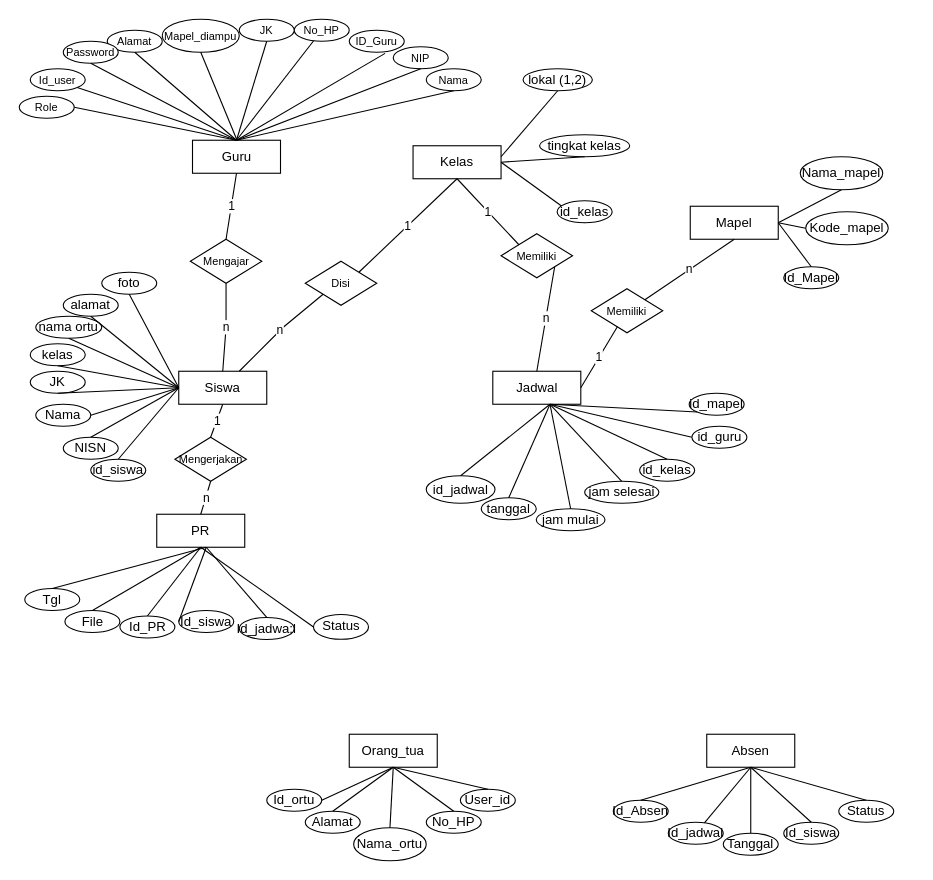
Earlier version of the draw.io diagram page "erd" (1 of 2) of Diagram Tanpa Judul.drawio (bayudani/diagram). Source tidied: cells renumbered, new cells numbered last; positions are measured from the earlier drawing's top-left corner, leaving out a move shared by most shapes. Both pictures are drawn from the tidied source at 110%, with x=0, y=0 at pixel (19, 19).
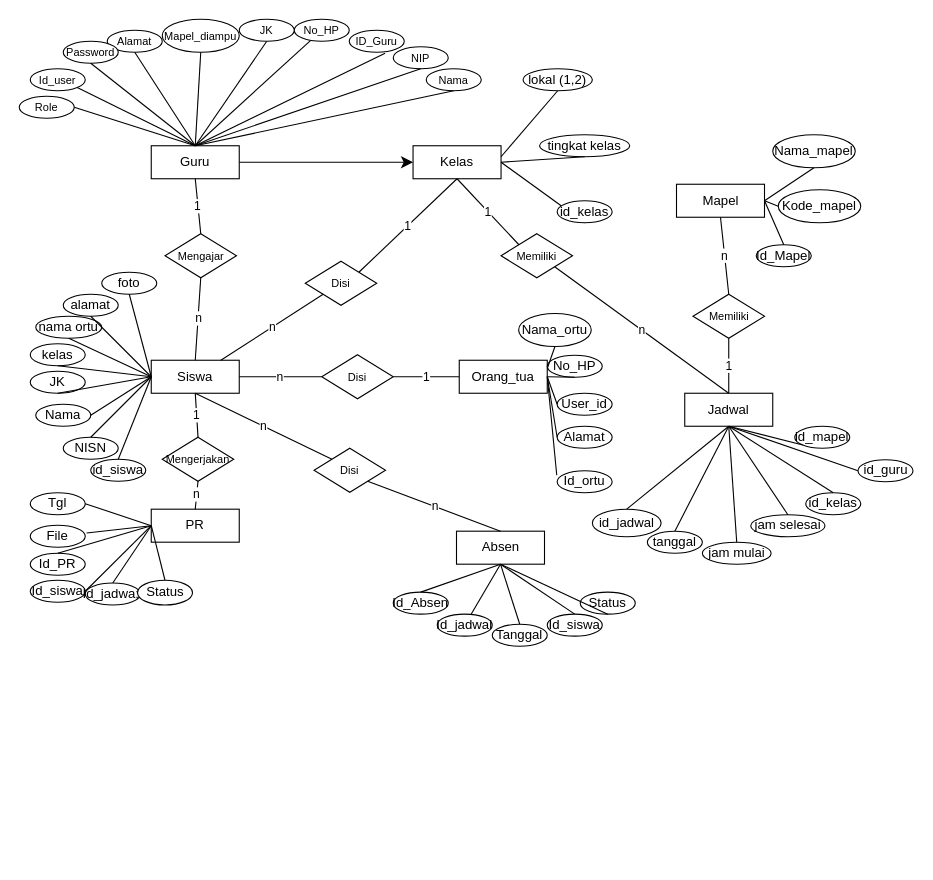
The same diagram, later.

The change refers to these unchanged cells:
```xml
<mxCell id="6" value="Kelas" style="rounded=0;whiteSpace=wrap;html=1;" parent="1" vertex="1">
  <mxGeometry x="358" y="115" width="80" height="30" as="geometry" />
</mxCell>
<mxCell id="19" value="Mapel_diampu" style="ellipse;whiteSpace=wrap;html=1;fontSize=10;" parent="1" vertex="1">
  <mxGeometry x="130" width="70" height="30" as="geometry" />
</mxCell>
<mxCell id="110" value="Disi" style="rhombus;whiteSpace=wrap;html=1;fontSize=10;" parent="1" vertex="1">
  <mxGeometry x="260" y="220" width="65" height="40" as="geometry" />
</mxCell>
```

Change to the diagram source:
```diff
@@
     <mxCell id="2" value="Siswa" style="rounded=0;whiteSpace=wrap;html=1;" parent="1" vertex="1">
-      <mxGeometry x="145" y="320" width="80" height="30" as="geometry" />
+      <mxGeometry x="120" y="310" width="80" height="30" as="geometry" />
     </mxCell>
+    <mxCell id="119" style="edgeStyle=none;curved=1;rounded=0;jettySize=auto;html=1;fontSize=12;startSize=8;endSize=8;" parent="1" edge="1" source="3" target="6">
+      <mxGeometry relative="1" as="geometry" />
+    </mxCell>
     <mxCell id="3" value="Guru" style="rounded=0;whiteSpace=wrap;html=1;" parent="1" vertex="1">
-      <mxGeometry x="157.5" y="110" width="80" height="30" as="geometry" />
+      <mxGeometry x="120" y="115" width="80" height="30" as="geometry" />
     </mxCell>
     <mxCell id="4" value="Orang_tua" style="rounded=0;whiteSpace=wrap;html=1;" parent="1" vertex="1">
-      <mxGeometry x="300" y="650" width="80" height="30" as="geometry" />
+      <mxGeometry x="400" y="310" width="80" height="30" as="geometry" />
     </mxCell>
     <mxCell id="5" value="Jadwal" style="rounded=0;whiteSpace=wrap;html=1;" parent="1" vertex="1">
-      <mxGeometry x="430.5" y="320" width="80" height="30" as="geometry" />
+      <mxGeometry x="605" y="340" width="80" height="30" as="geometry" />
     </mxCell>
@@
     <mxCell id="7" value="Mapel" style="rounded=0;whiteSpace=wrap;html=1;" parent="1" vertex="1">
-      <mxGeometry x="610" y="170" width="80" height="30" as="geometry" />
+      <mxGeometry x="597.5" y="150" width="80" height="30" as="geometry" />
     </mxCell>
     <mxCell id="8" value="PR" style="rounded=0;whiteSpace=wrap;html=1;" parent="1" vertex="1">
-      <mxGeometry x="125" y="450" width="80" height="30" as="geometry" />
+      <mxGeometry x="120" y="445.4" width="80" height="30" as="geometry" />
     </mxCell>
     <mxCell id="9" value="Absen" style="rounded=0;whiteSpace=wrap;html=1;" parent="1" vertex="1">
-      <mxGeometry x="625" y="650" width="80" height="30" as="geometry" />
+      <mxGeometry x="397.5" y="465.4" width="80" height="30" as="geometry" />
     </mxCell>
@@
-    <mxCell id="30" style="endArrow=none;html=1;rounded=0;entryX=0.5;entryY=1;entryDx=0;entryDy=0;" parent="1" edge="1" target="19">
-      <mxGeometry relative="1" as="geometry">
-        <mxPoint x="198" y="110" as="sourcePoint" />
-      </mxGeometry>
+    <mxCell id="30" style="endArrow=none;html=1;rounded=0;entryX=0.5;entryY=1;entryDx=0;entryDy=0;exitX=0.5;exitY=0;exitDx=0;exitDy=0;" parent="1" edge="1" source="3" target="19">
+      <mxGeometry relative="1" as="geometry" />
     </mxCell>
@@
     <mxCell id="47" value="Id_Mapel" style="ellipse;whiteSpace=wrap;html=1;" parent="1" vertex="1">
-      <mxGeometry x="695" y="225" width="50" height="20" as="geometry" />
+      <mxGeometry x="670" y="205" width="50" height="20" as="geometry" />
     </mxCell>
@@
     <mxCell id="49" value="Nama_mapel" style="ellipse;whiteSpace=wrap;html=1;" parent="1" vertex="1">
-      <mxGeometry x="710" y="125" width="75" height="30" as="geometry" />
+      <mxGeometry x="685" y="105" width="75" height="30" as="geometry" />
     </mxCell>
@@
     <mxCell id="51" value="Kode_mapel" style="ellipse;whiteSpace=wrap;html=1;" parent="1" vertex="1">
-      <mxGeometry x="715" y="175" width="75" height="30" as="geometry" />
+      <mxGeometry x="690" y="155" width="75" height="30" as="geometry" />
     </mxCell>
@@
     <mxCell id="58" value="Id_PR" style="ellipse;whiteSpace=wrap;html=1;" parent="1" vertex="1">
-      <mxGeometry x="91.5" y="542.5" width="50" height="20" as="geometry" />
+      <mxGeometry x="10" y="485.4" width="50" height="20" as="geometry" />
     </mxCell>
     <mxCell id="59" value="File" style="ellipse;whiteSpace=wrap;html=1;" parent="1" vertex="1">
-      <mxGeometry x="41.5" y="537.5" width="50" height="20" as="geometry" />
+      <mxGeometry x="10" y="460" width="50" height="20" as="geometry" />
     </mxCell>
-    <mxCell id="60" style="endArrow=none;html=1;rounded=0;entryX=0.5;entryY=1;entryDx=0;entryDy=0;exitX=0.5;exitY=0;exitDx=0;exitDy=0;" parent="1" edge="1" source="59" target="8">
+    <mxCell id="60" style="endArrow=none;html=1;rounded=0;entryX=0;entryY=0.5;entryDx=0;entryDy=0;exitX=1.025;exitY=0.352;exitDx=0;exitDy=0;exitPerimeter=0;" parent="1" edge="1" source="59" target="8">
       <mxGeometry relative="1" as="geometry" />
     </mxCell>
-    <mxCell id="61" style="endArrow=none;html=1;rounded=0;entryX=0.5;entryY=1;entryDx=0;entryDy=0;exitX=0.5;exitY=0;exitDx=0;exitDy=0;" parent="1" edge="1" source="58" target="8">
+    <mxCell id="61" style="endArrow=none;html=1;rounded=0;entryX=0;entryY=0.5;entryDx=0;entryDy=0;exitX=0.5;exitY=0;exitDx=0;exitDy=0;" parent="1" edge="1" source="58" target="8">
       <mxGeometry relative="1" as="geometry" />
     </mxCell>
     <mxCell id="62" value="Id_Absen" style="ellipse;whiteSpace=wrap;html=1;" parent="1" vertex="1">
-      <mxGeometry x="540" y="710" width="50" height="20" as="geometry" />
+      <mxGeometry x="340" y="520.8" width="50" height="20" as="geometry" />
     </mxCell>
     <mxCell id="63" value="Id_siswa" style="ellipse;whiteSpace=wrap;html=1;" parent="1" vertex="1">
-      <mxGeometry x="695" y="730" width="50" height="20" as="geometry" />
+      <mxGeometry x="480" y="540.8" width="50" height="20" as="geometry" />
     </mxCell>
     <mxCell id="64" value="Id_jadwal" style="ellipse;whiteSpace=wrap;html=1;" parent="1" vertex="1">
-      <mxGeometry x="590" y="730" width="50" height="20" as="geometry" />
+      <mxGeometry x="380" y="540.8" width="50" height="20" as="geometry" />
     </mxCell>
     <mxCell id="65" value="Tanggal" style="ellipse;whiteSpace=wrap;html=1;" parent="1" vertex="1">
-      <mxGeometry x="640" y="740" width="50" height="20" as="geometry" />
+      <mxGeometry x="430" y="550" width="50" height="20" as="geometry" />
     </mxCell>
     <mxCell id="66" value="Status" style="ellipse;whiteSpace=wrap;html=1;" parent="1" vertex="1">
-      <mxGeometry x="745" y="710" width="50" height="20" as="geometry" />
+      <mxGeometry x="510" y="520.8" width="50" height="20" as="geometry" />
     </mxCell>
@@
-    <mxCell id="71" style="endArrow=none;html=1;rounded=0;entryX=0.5;entryY=1;entryDx=0;entryDy=0;exitX=0.5;exitY=0;exitDx=0;exitDy=0;" parent="1" edge="1" source="66" target="9">
+    <mxCell id="71" style="endArrow=none;html=1;rounded=0;entryX=0.5;entryY=1;entryDx=0;entryDy=0;exitX=0.5;exitY=1;exitDx=0;exitDy=0;" parent="1" edge="1" source="66" target="9">
       <mxGeometry relative="1" as="geometry" />
     </mxCell>
     <mxCell id="72" value="id_jadwal" style="ellipse;whiteSpace=wrap;html=1;" parent="1" vertex="1">
-      <mxGeometry x="370" y="415" width="62.5" height="25" as="geometry" />
+      <mxGeometry x="521" y="445.4" width="62.5" height="25" as="geometry" />
     </mxCell>
     <mxCell id="73" value="Id_ortu" style="ellipse;whiteSpace=wrap;html=1;" parent="1" vertex="1">
-      <mxGeometry x="225" y="700" width="50" height="20" as="geometry" />
+      <mxGeometry x="489" y="410.4" width="50" height="20" as="geometry" />
     </mxCell>
     <mxCell id="74" value="jam selesai" style="ellipse;whiteSpace=wrap;html=1;" parent="1" vertex="1">
-      <mxGeometry x="514" y="420" width="67.5" height="20" as="geometry" />
+      <mxGeometry x="665" y="450.4" width="67.5" height="20" as="geometry" />
     </mxCell>
     <mxCell id="75" value="User_id" style="ellipse;whiteSpace=wrap;html=1;" parent="1" vertex="1">
-      <mxGeometry x="401" y="700" width="50" height="20" as="geometry" />
+      <mxGeometry x="489" y="340" width="50" height="20" as="geometry" />
     </mxCell>
     <mxCell id="76" value="tanggal" style="ellipse;whiteSpace=wrap;html=1;" parent="1" vertex="1">
-      <mxGeometry x="420" y="435" width="50" height="20" as="geometry" />
+      <mxGeometry x="571" y="465.4" width="50" height="20" as="geometry" />
     </mxCell>
     <mxCell id="77" value="Nama_ortu" style="ellipse;whiteSpace=wrap;html=1;" parent="1" vertex="1">
-      <mxGeometry x="304" y="735" width="66" height="30" as="geometry" />
+      <mxGeometry x="454" y="267.5" width="66" height="30" as="geometry" />
     </mxCell>
     <mxCell id="78" value="jam mulai" style="ellipse;whiteSpace=wrap;html=1;" parent="1" vertex="1">
-      <mxGeometry x="470" y="445" width="62.5" height="20" as="geometry" />
+      <mxGeometry x="621" y="475.4" width="62.5" height="20" as="geometry" />
     </mxCell>
     <mxCell id="79" value="No_HP" style="ellipse;whiteSpace=wrap;html=1;" parent="1" vertex="1">
-      <mxGeometry x="370" y="720" width="50" height="20" as="geometry" />
+      <mxGeometry x="480" y="305.4" width="50" height="20" as="geometry" />
     </mxCell>
     <mxCell id="80" value="id_kelas" style="ellipse;whiteSpace=wrap;html=1;" parent="1" vertex="1">
-      <mxGeometry x="564" y="400" width="50" height="20" as="geometry" />
+      <mxGeometry x="715" y="430.4" width="50" height="20" as="geometry" />
     </mxCell>
     <mxCell id="81" value="Alamat" style="ellipse;whiteSpace=wrap;html=1;" parent="1" vertex="1">
-      <mxGeometry x="260" y="720" width="50" height="20" as="geometry" />
+      <mxGeometry x="489" y="370" width="50" height="20" as="geometry" />
     </mxCell>
-    <mxCell id="82" style="endArrow=none;html=1;rounded=0;entryX=0.5;entryY=1;entryDx=0;entryDy=0;exitX=0.5;exitY=0;exitDx=0;exitDy=0;" parent="1" edge="1" source="72">
-      <mxGeometry relative="1" as="geometry">
-        <mxPoint x="482.5" y="350" as="targetPoint" />
-      </mxGeometry>
+    <mxCell id="82" style="endArrow=none;html=1;rounded=0;entryX=0.5;entryY=1;entryDx=0;entryDy=0;exitX=0.5;exitY=0;exitDx=0;exitDy=0;" parent="1" edge="1" source="72" target="5">
+      <mxGeometry relative="1" as="geometry" />
     </mxCell>
-    <mxCell id="83" style="endArrow=none;html=1;rounded=0;entryX=0.5;entryY=1;entryDx=0;entryDy=0;exitX=0.5;exitY=0;exitDx=0;exitDy=0;" parent="1" edge="1" source="81" target="4">
+    <mxCell id="83" style="endArrow=none;html=1;rounded=0;entryX=1;entryY=0.5;entryDx=0;entryDy=0;exitX=0;exitY=0.5;exitDx=0;exitDy=0;" parent="1" edge="1" source="81" target="4">
       <mxGeometry relative="1" as="geometry" />
     </mxCell>
-    <mxCell id="84" style="endArrow=none;html=1;rounded=0;entryX=0.5;entryY=1;entryDx=0;entryDy=0;exitX=0.5;exitY=0;exitDx=0;exitDy=0;" parent="1" edge="1" source="76">
-      <mxGeometry relative="1" as="geometry">
-        <mxPoint x="482.5" y="350" as="targetPoint" />
-      </mxGeometry>
+    <mxCell id="84" style="endArrow=none;html=1;rounded=0;entryX=0.5;entryY=1;entryDx=0;entryDy=0;exitX=0.5;exitY=0;exitDx=0;exitDy=0;" parent="1" edge="1" source="76" target="5">
+      <mxGeometry relative="1" as="geometry" />
     </mxCell>
-    <mxCell id="85" style="endArrow=none;html=1;rounded=0;entryX=0.5;entryY=1;entryDx=0;entryDy=0;exitX=0.5;exitY=0;exitDx=0;exitDy=0;" parent="1" edge="1" source="77" target="4">
+    <mxCell id="85" style="endArrow=none;html=1;rounded=0;entryX=1;entryY=0.25;entryDx=0;entryDy=0;exitX=0.5;exitY=1;exitDx=0;exitDy=0;" parent="1" edge="1" source="77" target="4">
       <mxGeometry relative="1" as="geometry" />
     </mxCell>
-    <mxCell id="86" style="endArrow=none;html=1;rounded=0;entryX=0.5;entryY=1;entryDx=0;entryDy=0;exitX=0.5;exitY=0;exitDx=0;exitDy=0;" parent="1" edge="1" source="78">
-      <mxGeometry relative="1" as="geometry">
-        <mxPoint x="482.5" y="350" as="targetPoint" />
-      </mxGeometry>
+    <mxCell id="86" style="endArrow=none;html=1;rounded=0;entryX=0.5;entryY=1;entryDx=0;entryDy=0;exitX=0.5;exitY=0;exitDx=0;exitDy=0;" parent="1" edge="1" source="78" target="5">
+      <mxGeometry relative="1" as="geometry" />
     </mxCell>
-    <mxCell id="87" style="endArrow=none;html=1;rounded=0;entryX=0.5;entryY=1;entryDx=0;entryDy=0;exitX=0.5;exitY=0;exitDx=0;exitDy=0;" parent="1" edge="1" source="79" target="4">
+    <mxCell id="87" style="endArrow=none;html=1;rounded=0;entryX=1;entryY=0.5;entryDx=0;entryDy=0;exitX=0.5;exitY=1;exitDx=0;exitDy=0;" parent="1" edge="1" source="79" target="4">
       <mxGeometry relative="1" as="geometry" />
     </mxCell>
-    <mxCell id="88" style="endArrow=none;html=1;rounded=0;entryX=0.5;entryY=1;entryDx=0;entryDy=0;exitX=0.5;exitY=0;exitDx=0;exitDy=0;" parent="1" edge="1" source="74">
-      <mxGeometry relative="1" as="geometry">
-        <mxPoint x="482.5" y="350" as="targetPoint" />
-      </mxGeometry>
+    <mxCell id="88" style="endArrow=none;html=1;rounded=0;entryX=0.5;entryY=1;entryDx=0;entryDy=0;exitX=0.5;exitY=0;exitDx=0;exitDy=0;" parent="1" edge="1" source="74" target="5">
+      <mxGeometry relative="1" as="geometry" />
     </mxCell>
-    <mxCell id="89" style="endArrow=none;html=1;rounded=0;entryX=0.5;entryY=1;entryDx=0;entryDy=0;exitX=0.5;exitY=0;exitDx=0;exitDy=0;" parent="1" edge="1" source="75" target="4">
+    <mxCell id="89" style="endArrow=none;html=1;rounded=0;entryX=1;entryY=0.5;entryDx=0;entryDy=0;exitX=0;exitY=0.5;exitDx=0;exitDy=0;" parent="1" edge="1" source="75" target="4">
       <mxGeometry relative="1" as="geometry" />
     </mxCell>
-    <mxCell id="90" style="endArrow=none;html=1;rounded=0;entryX=0.5;entryY=1;entryDx=0;entryDy=0;exitX=0.5;exitY=0;exitDx=0;exitDy=0;" parent="1" edge="1" source="80">
-      <mxGeometry relative="1" as="geometry">
-        <mxPoint x="482.5" y="350" as="targetPoint" />
-      </mxGeometry>
+    <mxCell id="90" style="endArrow=none;html=1;rounded=0;entryX=0.5;entryY=1;entryDx=0;entryDy=0;exitX=0.5;exitY=0;exitDx=0;exitDy=0;" parent="1" edge="1" source="80" target="5">
+      <mxGeometry relative="1" as="geometry" />
     </mxCell>
-    <mxCell id="91" style="endArrow=none;html=1;rounded=0;entryX=0.5;entryY=1;entryDx=0;entryDy=0;exitX=1;exitY=0.5;exitDx=0;exitDy=0;" parent="1" edge="1" source="73" target="4">
+    <mxCell id="91" style="endArrow=none;html=1;rounded=0;entryX=1;entryY=0.5;entryDx=0;entryDy=0;exitX=-0.007;exitY=0.205;exitDx=0;exitDy=0;exitPerimeter=0;" parent="1" edge="1" source="73" target="4">
       <mxGeometry relative="1" as="geometry" />
     </mxCell>
-    <mxCell id="92" style="endArrow=none;html=1;rounded=0;exitX=0;exitY=0.5;exitDx=0;exitDy=0;entryX=0.5;entryY=1;entryDx=0;entryDy=0;" parent="1" edge="1" source="94">
-      <mxGeometry relative="1" as="geometry">
-        <mxPoint x="482.5" y="350" as="targetPoint" />
-      </mxGeometry>
+    <mxCell id="92" style="endArrow=none;html=1;rounded=0;exitX=0;exitY=0.5;exitDx=0;exitDy=0;entryX=0.5;entryY=1;entryDx=0;entryDy=0;" parent="1" edge="1" source="94" target="5">
+      <mxGeometry relative="1" as="geometry" />
     </mxCell>
     <mxCell id="93" value="id_mapel" style="ellipse;whiteSpace=wrap;html=1;" parent="1" vertex="1">
-      <mxGeometry x="609" y="340" width="50" height="20" as="geometry" />
+      <mxGeometry x="705" y="370" width="50" height="20" as="geometry" />
     </mxCell>
     <mxCell id="94" value="id_guru" style="ellipse;whiteSpace=wrap;html=1;" parent="1" vertex="1">
-      <mxGeometry x="611.5" y="370" width="50" height="20" as="geometry" />
+      <mxGeometry x="762.5" y="400.4" width="50" height="20" as="geometry" />
     </mxCell>
-    <mxCell id="95" style="endArrow=none;html=1;rounded=0;exitX=0;exitY=1;exitDx=0;exitDy=0;entryX=0.5;entryY=1;entryDx=0;entryDy=0;" parent="1" edge="1" source="93">
-      <mxGeometry relative="1" as="geometry">
-        <mxPoint x="482.5" y="350" as="targetPoint" />
-      </mxGeometry>
+    <mxCell id="95" style="endArrow=none;html=1;rounded=0;exitX=0;exitY=1;exitDx=0;exitDy=0;entryX=0.5;entryY=1;entryDx=0;entryDy=0;" parent="1" edge="1" source="93" target="5">
+      <mxGeometry relative="1" as="geometry" />
     </mxCell>
     <mxCell id="96" value="Id_siswa" style="ellipse;whiteSpace=wrap;html=1;" parent="1" vertex="1">
-      <mxGeometry x="145" y="537.5" width="50" height="20" as="geometry" />
+      <mxGeometry x="10" y="510" width="50" height="20" as="geometry" />
     </mxCell>
     <mxCell id="97" value="Id_jadwa;l" style="ellipse;whiteSpace=wrap;html=1;" parent="1" vertex="1">
-      <mxGeometry x="200" y="543.8" width="50" height="20" as="geometry" />
+      <mxGeometry x="60" y="512.5" width="50" height="20" as="geometry" />
     </mxCell>
-    <mxCell id="98" style="endArrow=none;html=1;rounded=0;exitX=0;exitY=0.5;exitDx=0;exitDy=0;" parent="1" edge="1" source="96">
-      <mxGeometry relative="1" as="geometry">
-        <mxPoint x="170" y="480" as="targetPoint" />
-      </mxGeometry>
+    <mxCell id="98" style="endArrow=none;html=1;rounded=0;exitX=1;exitY=0.5;exitDx=0;exitDy=0;entryX=0;entryY=0.5;entryDx=0;entryDy=0;" parent="1" edge="1" source="96" target="8">
+      <mxGeometry relative="1" as="geometry" />
     </mxCell>
-    <mxCell id="99" style="endArrow=none;html=1;rounded=0;exitX=0.5;exitY=0;exitDx=0;exitDy=0;" parent="1" edge="1" source="97">
-      <mxGeometry relative="1" as="geometry">
-        <mxPoint x="170" y="480" as="targetPoint" />
-      </mxGeometry>
+    <mxCell id="99" style="endArrow=none;html=1;rounded=0;exitX=0.5;exitY=0;exitDx=0;exitDy=0;entryX=0;entryY=0.5;entryDx=0;entryDy=0;" parent="1" edge="1" source="97" target="8">
+      <mxGeometry relative="1" as="geometry" />
     </mxCell>
     <mxCell id="100" value="Tgl" style="ellipse;whiteSpace=wrap;html=1;" parent="1" vertex="1">
-      <mxGeometry x="5" y="517.5" width="50" height="20" as="geometry" />
+      <mxGeometry x="10" y="430.4" width="50" height="20" as="geometry" />
     </mxCell>
-    <mxCell id="101" style="endArrow=none;html=1;rounded=0;exitX=0.5;exitY=0;exitDx=0;exitDy=0;" parent="1" edge="1" source="100">
-      <mxGeometry relative="1" as="geometry">
-        <mxPoint x="170" y="480" as="targetPoint" />
-      </mxGeometry>
+    <mxCell id="101" style="endArrow=none;html=1;rounded=0;exitX=1;exitY=0.5;exitDx=0;exitDy=0;entryX=0;entryY=0.5;entryDx=0;entryDy=0;" parent="1" edge="1" source="100" target="8">
+      <mxGeometry relative="1" as="geometry" />
     </mxCell>
     <mxCell id="102" value="Status" style="ellipse;whiteSpace=wrap;html=1;" parent="1" vertex="1">
-      <mxGeometry x="267.5" y="541.2" width="50" height="22.5" as="geometry" />
+      <mxGeometry x="107.5" y="510" width="50" height="22.5" as="geometry" />
     </mxCell>
-    <mxCell id="103" style="endArrow=none;html=1;rounded=0;exitX=0;exitY=0.5;exitDx=0;exitDy=0;entryX=0.5;entryY=1;entryDx=0;entryDy=0;" parent="1" edge="1" source="102" target="8">
+    <mxCell id="103" style="endArrow=none;html=1;rounded=0;exitX=0.5;exitY=0;exitDx=0;exitDy=0;entryX=0;entryY=0.5;entryDx=0;entryDy=0;" parent="1" edge="1" source="102" target="8">
       <mxGeometry relative="1" as="geometry" />
     </mxCell>
     <mxCell id="104" value="Mengajar" style="rhombus;whiteSpace=wrap;html=1;fontSize=10;" parent="1" vertex="1">
-      <mxGeometry x="155.5" y="200" width="65" height="40" as="geometry" />
+      <mxGeometry x="132.5" y="195" width="65" height="40" as="geometry" />
     </mxCell>
     <mxCell id="105" value="n" style="endArrow=none;html=1;rounded=0;exitX=0.5;exitY=0;exitDx=0;exitDy=0;entryX=0.5;entryY=1;entryDx=0;entryDy=0;" parent="1" edge="1" source="2" target="104">
-      <mxGeometry relative="1" as="geometry">
-        <Array as="points">
-          <mxPoint x="188" y="280" />
-        </Array>
-      </mxGeometry>
+      <mxGeometry relative="1" as="geometry" />
     </mxCell>
@@
     <mxCell id="108" value="&lt;font style=&quot;font-size: 10px;&quot;&gt;Mengerjakan&lt;/font&gt;" style="rhombus;whiteSpace=wrap;html=1;" parent="1" vertex="1">
-      <mxGeometry x="141.5" y="380" width="65" height="40" as="geometry" />
+      <mxGeometry x="130" y="380" width="65" height="40" as="geometry" />
     </mxCell>
@@
     <mxCell id="112" value="n" style="endArrow=none;html=1;rounded=0;exitX=0;exitY=1;exitDx=0;exitDy=0;" parent="1" edge="1" source="110" target="2">
-      <mxGeometry relative="1" as="geometry">
-        <Array as="points">
-          <mxPoint x="240" y="280" />
-        </Array>
-      </mxGeometry>
+      <mxGeometry relative="1" as="geometry" />
     </mxCell>
@@
     <mxCell id="116" value="Memiliki" style="rhombus;whiteSpace=wrap;html=1;fontSize=10;" parent="1" vertex="1">
-      <mxGeometry x="520" y="245" width="65" height="40" as="geometry" />
+      <mxGeometry x="612.5" y="250" width="65" height="40" as="geometry" />
     </mxCell>
-    <mxCell id="117" value="1" style="endArrow=none;html=1;rounded=0;entryX=1;entryY=0.5;entryDx=0;entryDy=0;" parent="1" edge="1" source="116" target="5">
+    <mxCell id="117" value="1" style="endArrow=none;html=1;rounded=0;entryX=0.5;entryY=0;entryDx=0;entryDy=0;exitX=0.5;exitY=1;exitDx=0;exitDy=0;" parent="1" edge="1" source="116" target="5">
       <mxGeometry relative="1" as="geometry" />
     </mxCell>
-    <mxCell id="118" value="n" style="endArrow=none;html=1;rounded=0;entryX=1;entryY=0;entryDx=0;entryDy=0;exitX=0.5;exitY=1;exitDx=0;exitDy=0;" parent="1" edge="1" source="7" target="116">
+    <mxCell id="118" value="n" style="endArrow=none;html=1;rounded=0;entryX=0.5;entryY=0;entryDx=0;entryDy=0;exitX=0.5;exitY=1;exitDx=0;exitDy=0;" parent="1" edge="1" source="7" target="116">
       <mxGeometry relative="1" as="geometry" />
     </mxCell>
+    <mxCell id="120" value="Disi" style="rhombus;whiteSpace=wrap;html=1;fontSize=10;" parent="1" vertex="1">
+      <mxGeometry x="275" y="305" width="65" height="40" as="geometry" />
+    </mxCell>
+    <mxCell id="121" value="1" style="endArrow=none;html=1;rounded=0;entryX=1;entryY=0.5;entryDx=0;entryDy=0;exitX=0;exitY=0.5;exitDx=0;exitDy=0;" parent="1" edge="1" source="4" target="120">
+      <mxGeometry relative="1" as="geometry" />
+    </mxCell>
+    <mxCell id="122" value="n" style="endArrow=none;html=1;rounded=0;entryX=1;entryY=0.5;entryDx=0;entryDy=0;exitX=0;exitY=0.5;exitDx=0;exitDy=0;" parent="1" edge="1" source="120" target="2">
+      <mxGeometry relative="1" as="geometry" />
+    </mxCell>
+    <mxCell id="123" value="Disi" style="rhombus;whiteSpace=wrap;html=1;fontSize=10;" parent="1" vertex="1">
+      <mxGeometry x="268" y="390" width="65" height="40" as="geometry" />
+    </mxCell>
+    <mxCell id="124" value="n" style="endArrow=none;html=1;rounded=0;entryX=0.5;entryY=1;entryDx=0;entryDy=0;exitX=0;exitY=0;exitDx=0;exitDy=0;" parent="1" edge="1" source="123" target="2">
+      <mxGeometry relative="1" as="geometry" />
+    </mxCell>
+    <mxCell id="125" value="n" style="endArrow=none;html=1;rounded=0;entryX=0.5;entryY=0;entryDx=0;entryDy=0;exitX=1;exitY=1;exitDx=0;exitDy=0;" parent="1" edge="1" source="123" target="9">
+      <mxGeometry relative="1" as="geometry" />
+    </mxCell>
+    <mxCell id="126" style="edgeStyle=none;curved=1;rounded=0;orthogonalLoop=1;jettySize=auto;html=1;exitX=0.5;exitY=1;exitDx=0;exitDy=0;fontSize=12;startSize=8;endSize=8;" parent="1" edge="1" source="64" target="64">
+      <mxGeometry relative="1" as="geometry" />
+    </mxCell>
```
